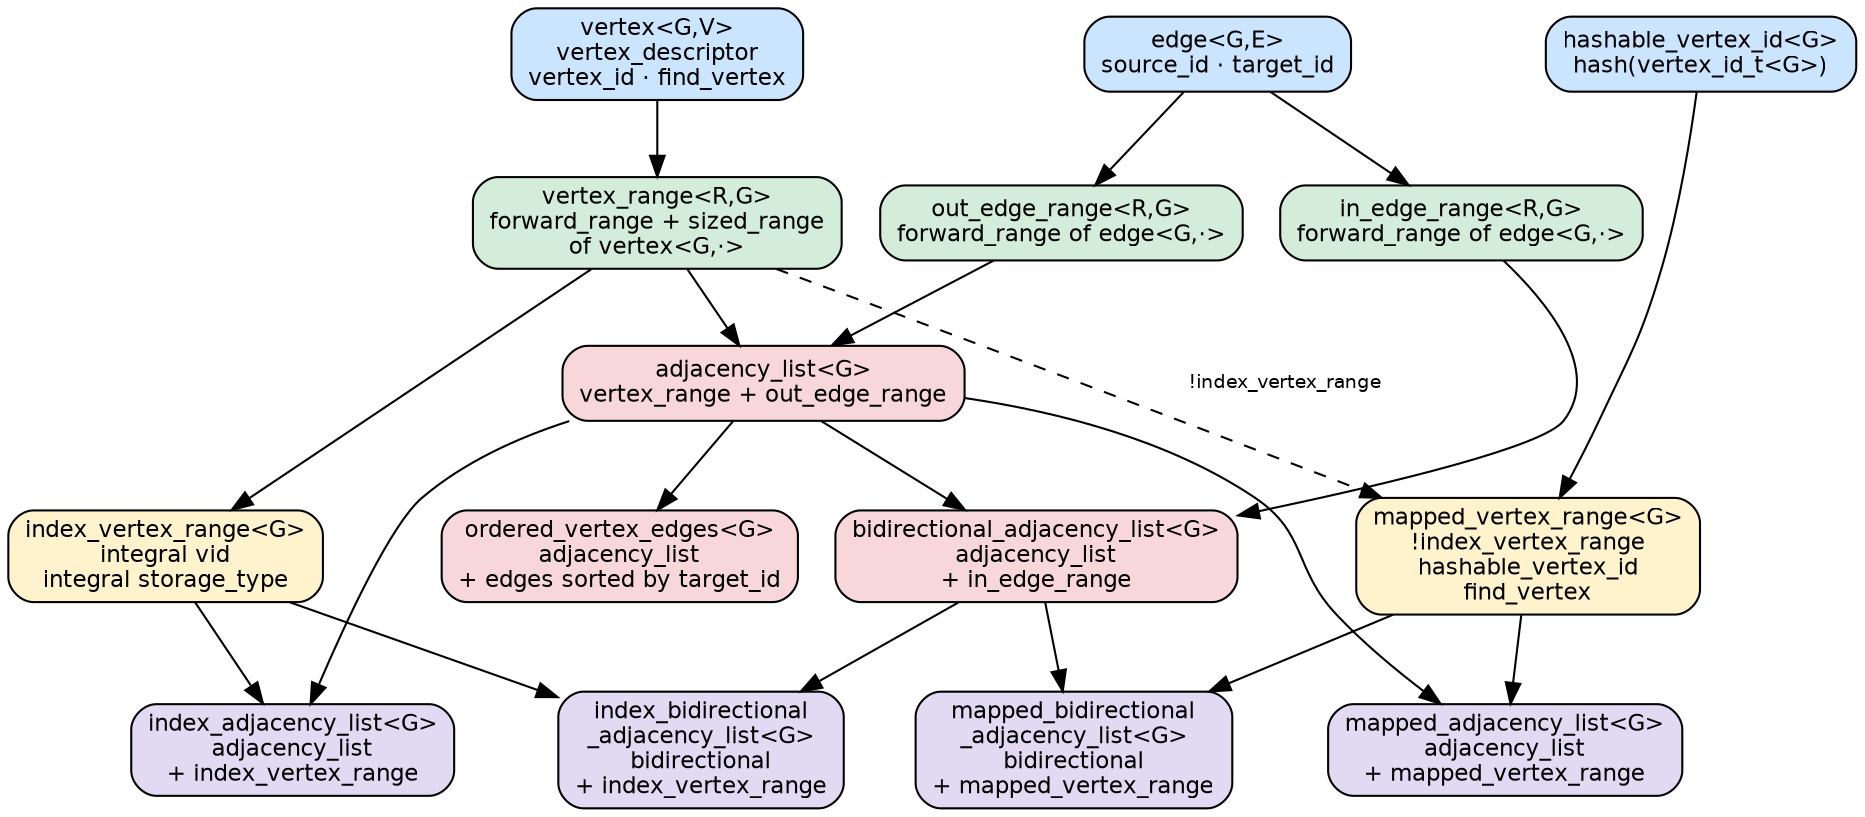
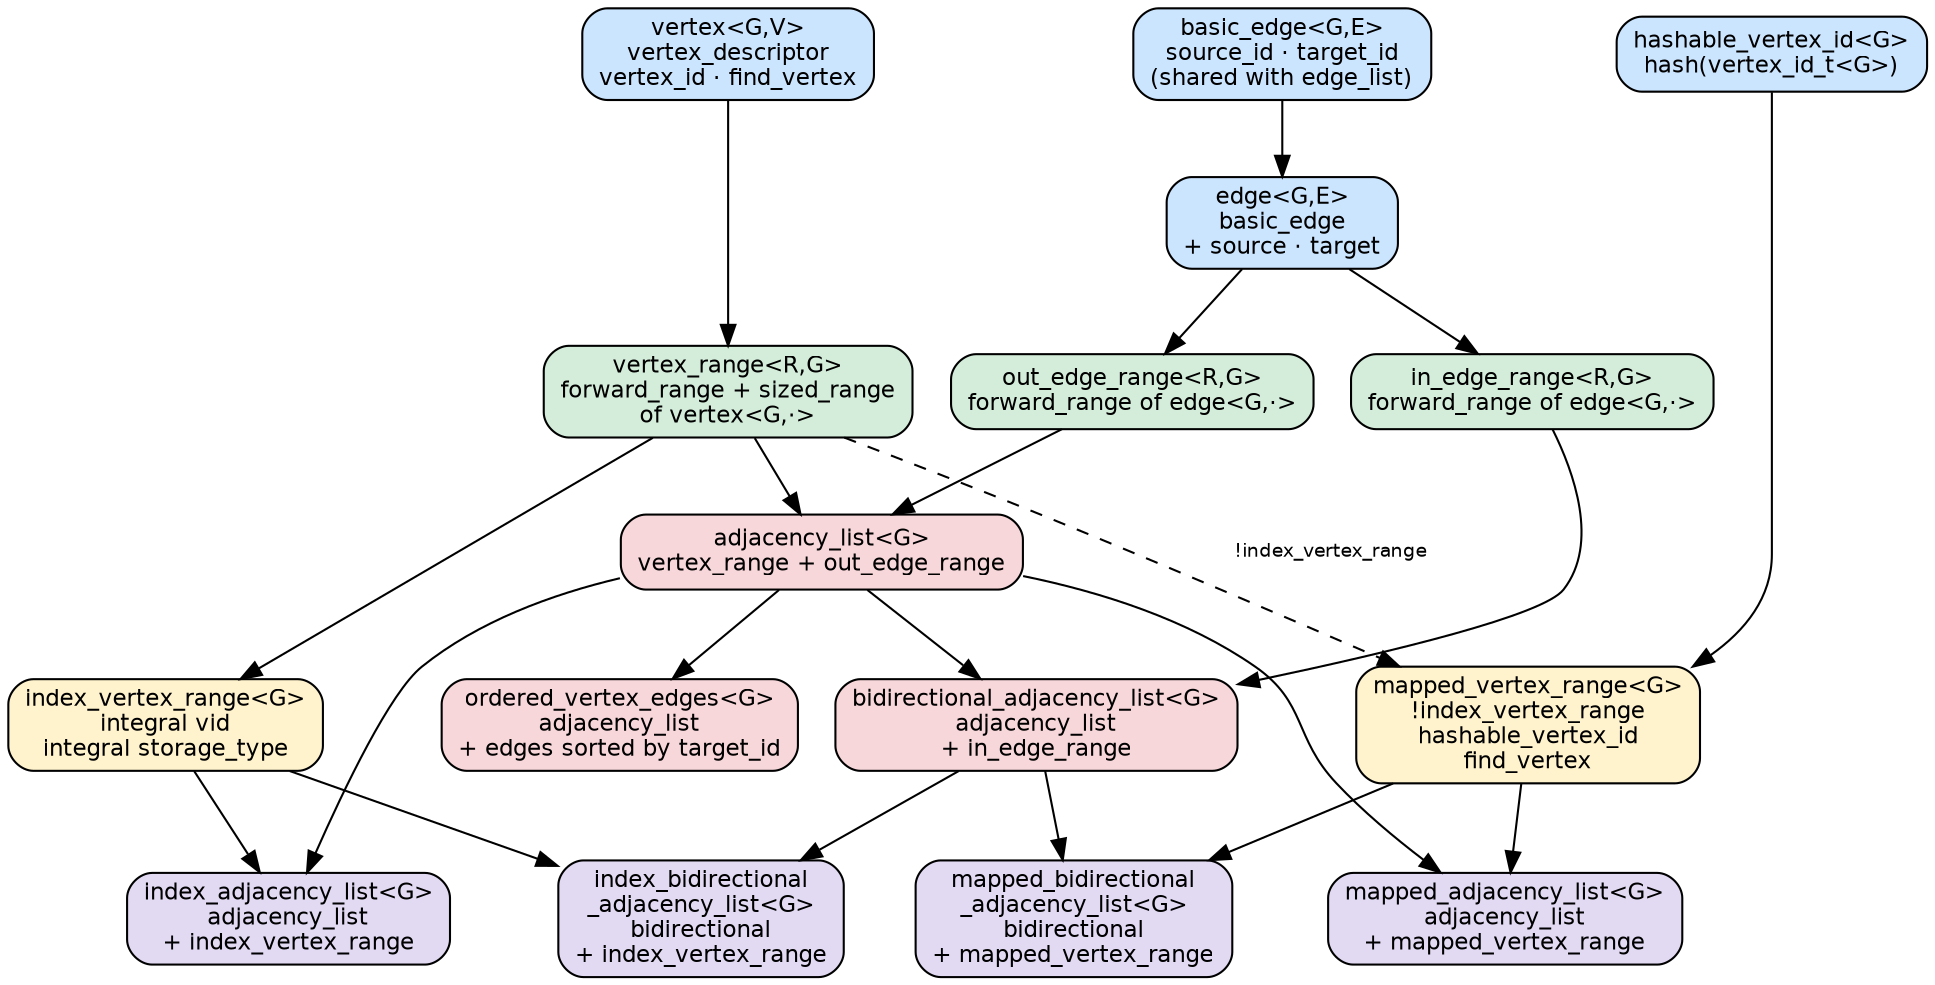
// Concept hierarchy for graph::adj_list
// Generate image: dot -Tsvg adjacency_list_concepts.dot -o adjacency_list_concepts.svg

digraph ConceptHierarchy {
    rankdir = TB
    node [shape=box, style="filled,rounded", fontname="Helvetica", fontsize=11]
    edge [fontname="Helvetica", fontsize=9]

    // ── Primitive concepts ────────────────────────────────────────────────────
    // Foundational — no prerequisites

    node [fillcolor="#cce5ff"]  // light blue

-     edge_c [label="edge<G,E>\nsource_id · target_id"]
+     basic_edge_c [label="basic_edge<G,E>\nsource_id · target_id\n(shared with edge_list)"]
+     edge_c [label="edge<G,E>\nbasic_edge\n+ source · target"]
    vertex_c [label="vertex<G,V>\nvertex_descriptor\nvertex_id · find_vertex"]
    hashable_vertex_id [label="hashable_vertex_id<G>\nhash(vertex_id_t<G>)"]

    // ── Range concepts ────────────────────────────────────────────────────────
    // Built from primitives; parameterised on a range type R

    node [fillcolor="#d4edda"]  // light green

    out_edge_range [label="out_edge_range<R,G>\nforward_range of edge<G,·>"]
    in_edge_range  [label="in_edge_range<R,G>\nforward_range of edge<G,·>"]
    vertex_range   [label="vertex_range<R,G>\nforward_range + sized_range\nof vertex<G,·>"]

    // ── Vertex range refinements ──────────────────────────────────────────────

    node [fillcolor="#fff3cd"]  // light yellow

    index_vertex_range  [label="index_vertex_range<G>\nintegral vid\nintegral storage_type"]
    mapped_vertex_range [label="mapped_vertex_range<G>\n!index_vertex_range\nhashable_vertex_id\nfind_vertex"]

    // ── Core graph concepts ───────────────────────────────────────────────────

    node [fillcolor="#f8d7da"]  // light red/salmon

    adjacency_list          [label="adjacency_list<G>\nvertex_range + out_edge_range"]
    ordered_vertex_edges    [label="ordered_vertex_edges<G>\nadjacency_list\n+ edges sorted by target_id"]
    bidirectional_adjacency_list [label="bidirectional_adjacency_list<G>\nadjacency_list\n+ in_edge_range"]

    // ── Compound / specialised concepts ──────────────────────────────────────

    node [fillcolor="#e2d9f3"]  // light purple

    index_adjacency_list            [label="index_adjacency_list<G>\nadjacency_list\n+ index_vertex_range"]
    mapped_adjacency_list           [label="mapped_adjacency_list<G>\nadjacency_list\n+ mapped_vertex_range"]
    index_bidirectional_adjacency_list [label="index_bidirectional\n_adjacency_list<G>\nbidirectional\n+ index_vertex_range"]
    mapped_bidirectional_adjacency_list [label="mapped_bidirectional\n_adjacency_list<G>\nbidirectional\n+ mapped_vertex_range"]

    // ── Edges (arrows = "is required by" / "refines") ─────────────────────────

+     // Shared edge floor → adjacency-list edge refinement
+     basic_edge_c -> edge_c
+ 
    // Primitives → ranges
    edge_c    -> out_edge_range
    edge_c    -> in_edge_range
    vertex_c  -> vertex_range

    // vertex_range → vertex range refinements
    vertex_range -> index_vertex_range
    vertex_range -> mapped_vertex_range [style=dashed, label="  !index_vertex_range"]
    hashable_vertex_id -> mapped_vertex_range

    // Ranges → adjacency_list
    out_edge_range -> adjacency_list
    vertex_range   -> adjacency_list

    // adjacency_list → refinements
    adjacency_list -> ordered_vertex_edges
    adjacency_list -> bidirectional_adjacency_list
    in_edge_range  -> bidirectional_adjacency_list

    // adjacency_list + vertex range kind → compound concepts
    adjacency_list     -> index_adjacency_list
    index_vertex_range -> index_adjacency_list

    adjacency_list     -> mapped_adjacency_list
    mapped_vertex_range -> mapped_adjacency_list

    bidirectional_adjacency_list -> index_bidirectional_adjacency_list
    index_vertex_range           -> index_bidirectional_adjacency_list

    bidirectional_adjacency_list -> mapped_bidirectional_adjacency_list
    mapped_vertex_range          -> mapped_bidirectional_adjacency_list

    // ── Rank hints for cleaner layout ─────────────────────────────────────────
-     { rank=same; edge_c; vertex_c; hashable_vertex_id }
+     { rank=same; basic_edge_c; vertex_c; hashable_vertex_id }
+     { rank=same; edge_c }
    { rank=same; out_edge_range; in_edge_range; vertex_range }
    { rank=same; index_vertex_range; mapped_vertex_range }
    { rank=same; adjacency_list }
    { rank=same; ordered_vertex_edges; bidirectional_adjacency_list }
    { rank=same; index_adjacency_list; mapped_adjacency_list;
                 index_bidirectional_adjacency_list; mapped_bidirectional_adjacency_list }
}
